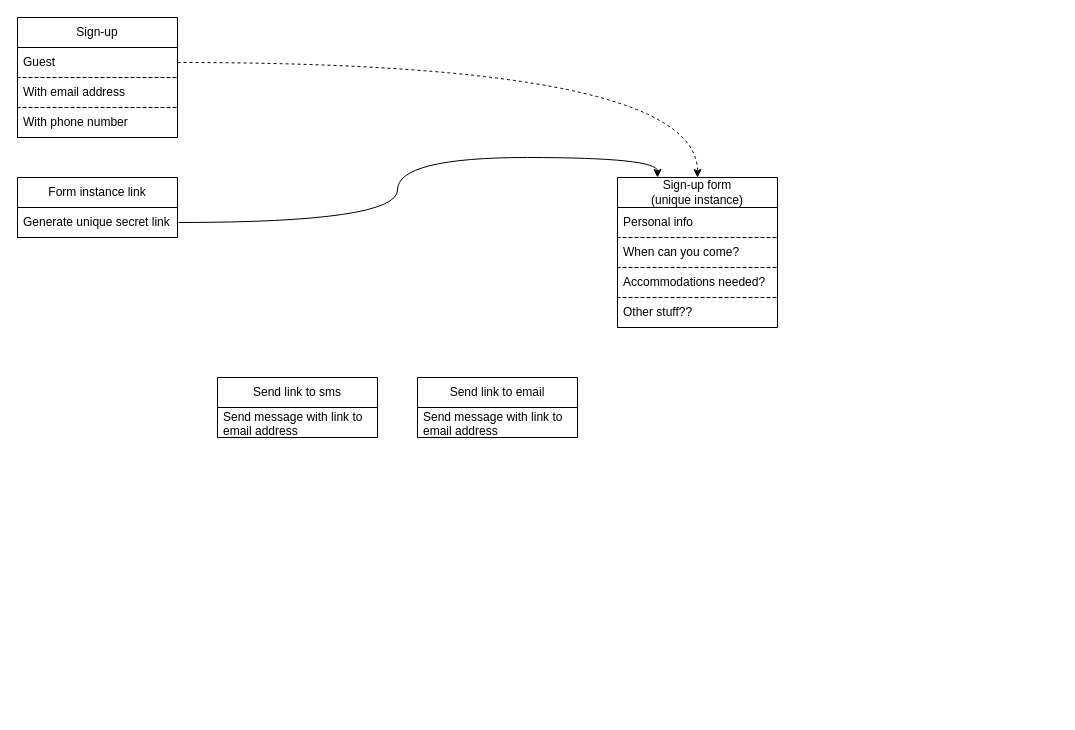
Before: Folkkök_volunteer_signup.drawio in kvastlund/folkkok, a draw.io diagram. Source tidied: cells renumbered, new cells numbered last; positions are measured from the earlier drawing's top-left corner, leaving out a move shared by most shapes. Both pictures are drawn from the tidied source at 100%, with x=0, y=0 at pixel (17, 17).
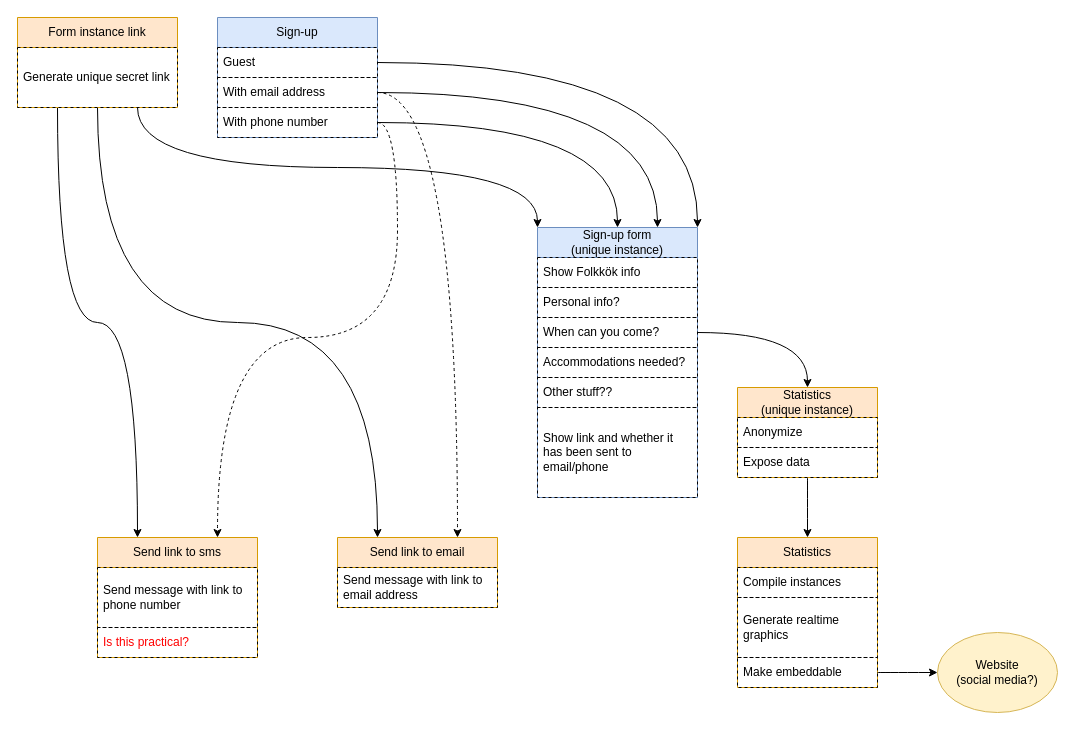
The same diagram, later.

Unchanged cells that the change refers to:
```xml
<mxCell id="4" value="&lt;div&gt;Guest&lt;/div&gt;" style="text;strokeColor=default;fillColor=none;align=left;verticalAlign=middle;spacingLeft=4;spacingRight=4;overflow=hidden;points=[[0,0.5],[1,0.5]];portConstraint=eastwest;whiteSpace=wrap;html=1;spacingBottom=0;dashed=1;" parent="3" vertex="1">
  <mxGeometry y="30" width="160" height="30" as="geometry" />
</mxCell>
<mxCell id="5" value="With email address" style="text;strokeColor=default;fillColor=none;align=left;verticalAlign=middle;spacingLeft=4;spacingRight=4;overflow=hidden;points=[[0,0.5],[1,0.5]];portConstraint=eastwest;whiteSpace=wrap;html=1;spacingBottom=0;dashed=1;" parent="3" vertex="1">
  <mxGeometry y="60" width="160" height="30" as="geometry" />
</mxCell>
<mxCell id="6" value="With phone number" style="text;strokeColor=default;fillColor=none;align=left;verticalAlign=middle;spacingLeft=4;spacingRight=4;overflow=hidden;points=[[0,0.5],[1,0.5]];portConstraint=eastwest;whiteSpace=wrap;html=1;spacingBottom=0;dashed=1;" parent="3" vertex="1">
  <mxGeometry y="90" width="160" height="30" as="geometry" />
</mxCell>
```

Change to the diagram source:
```diff
@@
-    <mxCell id="2" style="rounded=0;jettySize=auto;html=1;exitX=1;exitY=0.5;exitDx=0;exitDy=0;edgeStyle=orthogonalEdgeStyle;curved=1;entryX=0.5;entryY=0;entryDx=0;entryDy=0;dashed=1;" parent="1" edge="1" source="4" target="7">
+    <mxCell id="2" style="rounded=0;jettySize=auto;html=1;exitX=1;exitY=0.5;exitDx=0;exitDy=0;edgeStyle=orthogonalEdgeStyle;curved=1;entryX=1;entryY=0;entryDx=0;entryDy=0;" parent="1" edge="1" source="4" target="7">
       <mxGeometry relative="1" as="geometry" />
     </mxCell>
-    <mxCell id="3" value="Sign-up" style="swimlane;fontStyle=0;horizontal=1;startSize=30;whiteSpace=wrap;html=1;" parent="1" vertex="1">
-      <mxGeometry width="160" height="120" as="geometry" />
+    <mxCell id="3" value="Sign-up" style="swimlane;fontStyle=0;horizontal=1;startSize=30;whiteSpace=wrap;html=1;fillColor=#dae8fc;strokeColor=#6c8ebf;" parent="1" vertex="1">
+      <mxGeometry x="200" width="160" height="120" as="geometry" />
     </mxCell>
@@
-    <mxCell id="7" value="&lt;div&gt;Sign-up form&lt;/div&gt;&lt;div&gt;(unique instance)&lt;br&gt;&lt;/div&gt;" style="swimlane;fontStyle=0;horizontal=1;startSize=30;whiteSpace=wrap;html=1;" parent="1" vertex="1">
-      <mxGeometry x="600" y="160" width="160" height="150" as="geometry" />
+    <mxCell id="7" value="&lt;div&gt;Sign-up form&lt;/div&gt;&lt;div&gt;(unique instance)&lt;br&gt;&lt;/div&gt;" style="swimlane;fontStyle=0;horizontal=1;startSize=30;whiteSpace=wrap;html=1;fillColor=#dae8fc;strokeColor=#6c8ebf;" parent="1" vertex="1">
+      <mxGeometry x="520" y="210" width="160" height="270" as="geometry" />
     </mxCell>
-    <mxCell id="8" value="Personal info" style="text;strokeColor=default;fillColor=none;align=left;verticalAlign=middle;spacingLeft=4;spacingRight=4;overflow=hidden;whiteSpace=wrap;html=1;spacingBottom=0;dashed=1;" parent="7" vertex="1">
+    <mxCell id="8" value="Show Folkkök info" style="text;strokeColor=default;fillColor=none;align=left;verticalAlign=middle;spacingLeft=4;spacingRight=4;overflow=hidden;whiteSpace=wrap;html=1;spacingBottom=0;dashed=1;" parent="7" vertex="1">
       <mxGeometry y="30" width="160" height="30" as="geometry" />
     </mxCell>
+    <mxCell id="19" value="Personal info?" style="text;strokeColor=default;fillColor=none;align=left;verticalAlign=middle;spacingLeft=4;spacingRight=4;overflow=hidden;whiteSpace=wrap;html=1;spacingBottom=0;dashed=1;" parent="7" vertex="1">
+      <mxGeometry y="60" width="160" height="30" as="geometry" />
+    </mxCell>
     <mxCell id="9" value="When can you come?" style="text;strokeColor=default;fillColor=none;align=left;verticalAlign=middle;spacingLeft=4;spacingRight=4;overflow=hidden;points=[[0,0.5],[1,0.5]];portConstraint=eastwest;whiteSpace=wrap;html=1;spacingBottom=0;dashed=1;" parent="7" vertex="1">
-      <mxGeometry y="60" width="160" height="30" as="geometry" />
+      <mxGeometry y="90" width="160" height="30" as="geometry" />
     </mxCell>
     <mxCell id="10" value="Accommodations needed?" style="text;strokeColor=default;fillColor=none;align=left;verticalAlign=middle;spacingLeft=4;spacingRight=4;overflow=hidden;whiteSpace=wrap;html=1;spacingBottom=0;dashed=1;" parent="7" vertex="1">
-      <mxGeometry y="90" width="160" height="30" as="geometry" />
+      <mxGeometry y="120" width="160" height="30" as="geometry" />
     </mxCell>
     <mxCell id="11" value="Other stuff??" style="text;strokeColor=default;fillColor=none;align=left;verticalAlign=middle;spacingLeft=4;spacingRight=4;overflow=hidden;whiteSpace=wrap;html=1;spacingBottom=0;dashed=1;" parent="7" vertex="1">
-      <mxGeometry y="120" width="160" height="30" as="geometry" />
+      <mxGeometry y="150" width="160" height="30" as="geometry" />
     </mxCell>
+    <mxCell id="20" value="Show link and whether it has been sent to email/phone" style="text;strokeColor=default;fillColor=none;align=left;verticalAlign=middle;spacingLeft=4;spacingRight=4;overflow=hidden;whiteSpace=wrap;html=1;spacingBottom=0;dashed=1;" parent="7" vertex="1">
+      <mxGeometry y="180" width="160" height="90" as="geometry" />
+    </mxCell>
+    <mxCell id="21" style="edgeStyle=orthogonalEdgeStyle;curved=1;rounded=0;jettySize=auto;html=1;exitX=0.25;exitY=1;exitDx=0;exitDy=0;entryX=0.25;entryY=0;entryDx=0;entryDy=0;fontFamily=Helvetica;fontSize=12;fontColor=#FF0000;" parent="1" edge="1" source="12" target="16">
+      <mxGeometry relative="1" as="geometry" />
+    </mxCell>
+    <mxCell id="22" style="edgeStyle=orthogonalEdgeStyle;curved=1;rounded=0;jettySize=auto;html=1;entryX=0.25;entryY=0;entryDx=0;entryDy=0;fontFamily=Helvetica;fontSize=12;fontColor=#FF0000;exitX=0.5;exitY=1;exitDx=0;exitDy=0;" parent="1" edge="1" source="12" target="14">
+      <mxGeometry relative="1" as="geometry" />
+    </mxCell>
+    <mxCell id="23" style="edgeStyle=orthogonalEdgeStyle;curved=1;rounded=0;jettySize=auto;html=1;exitX=0.75;exitY=1;exitDx=0;exitDy=0;fontFamily=Helvetica;fontSize=12;fontColor=#FF0000;entryX=0;entryY=0;entryDx=0;entryDy=0;" parent="1" edge="1" source="12" target="7">
+      <mxGeometry relative="1" as="geometry" />
+    </mxCell>
-    <mxCell id="12" value="Form instance link" style="swimlane;fontStyle=0;horizontal=1;startSize=30;whiteSpace=wrap;html=1;spacingBottom=0;" parent="1" vertex="1">
-      <mxGeometry y="160" width="160" height="60" as="geometry" />
+    <mxCell id="12" value="Form instance link" style="swimlane;fontStyle=0;horizontal=1;startSize=30;whiteSpace=wrap;html=1;spacingBottom=0;fillColor=#ffe6cc;strokeColor=#d79b00;" parent="1" vertex="1">
+      <mxGeometry width="160" height="90" as="geometry" />
     </mxCell>
     <mxCell id="13" value="Generate unique secret link" style="text;strokeColor=default;fillColor=none;align=left;verticalAlign=middle;spacingLeft=4;spacingRight=4;overflow=hidden;points=[[0,0.5],[1,0.5]];portConstraint=eastwest;whiteSpace=wrap;html=1;spacingBottom=0;dashed=1;perimeterSpacing=1;" parent="12" vertex="1">
-      <mxGeometry y="30" width="160" height="30" as="geometry" />
+      <mxGeometry y="30" width="160" height="60" as="geometry" />
     </mxCell>
-    <mxCell id="14" value="Send link to email" style="swimlane;fontStyle=0;horizontal=1;startSize=30;whiteSpace=wrap;html=1;spacingBottom=0;" parent="1" vertex="1">
-      <mxGeometry x="400" y="360" width="160" height="60" as="geometry" />
+    <mxCell id="14" value="Send link to email" style="swimlane;fontStyle=0;horizontal=1;startSize=30;whiteSpace=wrap;html=1;spacingBottom=0;fillColor=#ffe6cc;strokeColor=#d79b00;" parent="1" vertex="1">
+      <mxGeometry x="320" y="520" width="160" height="70" as="geometry" />
     </mxCell>
     <mxCell id="15" value="Send message with link to email address" style="text;strokeColor=default;fillColor=none;align=left;verticalAlign=middle;spacingLeft=4;spacingRight=4;overflow=hidden;whiteSpace=wrap;html=1;spacingBottom=0;dashed=1;" parent="14" vertex="1">
-      <mxGeometry y="30" width="160" height="30" as="geometry" />
+      <mxGeometry y="30" width="160" height="40" as="geometry" />
     </mxCell>
-    <mxCell id="16" value="Send link to sms" style="swimlane;fontStyle=0;horizontal=1;startSize=30;whiteSpace=wrap;html=1;spacingBottom=0;" parent="1" vertex="1">
-      <mxGeometry x="200" y="360" width="160" height="60" as="geometry" />
+    <mxCell id="16" value="Send link to sms" style="swimlane;fontStyle=0;horizontal=1;startSize=30;whiteSpace=wrap;html=1;spacingBottom=0;fillColor=#ffe6cc;strokeColor=#d79b00;" parent="1" vertex="1">
+      <mxGeometry x="80" y="520" width="160" height="120" as="geometry" />
     </mxCell>
-    <mxCell id="17" value="Send message with link to email address" style="text;strokeColor=default;fillColor=none;align=left;verticalAlign=middle;spacingLeft=4;spacingRight=4;overflow=hidden;whiteSpace=wrap;html=1;spacingBottom=0;dashed=1;" parent="16" vertex="1">
-      <mxGeometry y="30" width="160" height="30" as="geometry" />
+    <mxCell id="17" value="Send message with link to phone number" style="text;strokeColor=default;fillColor=none;align=left;verticalAlign=middle;spacingLeft=4;spacingRight=4;overflow=hidden;whiteSpace=wrap;html=1;spacingBottom=0;dashed=1;" parent="16" vertex="1">
+      <mxGeometry y="30" width="160" height="60" as="geometry" />
     </mxCell>
-    <mxCell id="18" style="edgeStyle=orthogonalEdgeStyle;curved=1;rounded=0;jettySize=auto;html=1;exitX=1;exitY=0.5;exitDx=0;exitDy=0;entryX=0.25;entryY=0;entryDx=0;entryDy=0;fontFamily=Helvetica;fontSize=12;fontColor=default;" parent="1" edge="1" source="13" target="7">
-      <mxGeometry relative="1" as="geometry" />
-    </mxCell>
+    <mxCell id="24" value="&lt;font color=&quot;#FF0000&quot;&gt;Is this practical?&lt;br&gt;&lt;/font&gt;" style="text;strokeColor=default;fillColor=none;align=left;verticalAlign=middle;spacingLeft=4;spacingRight=4;overflow=hidden;whiteSpace=wrap;html=1;spacingBottom=0;dashed=1;" parent="16" vertex="1">
+      <mxGeometry y="90" width="160" height="30" as="geometry" />
+    </mxCell>
+    <mxCell id="25" style="edgeStyle=orthogonalEdgeStyle;curved=1;rounded=0;jettySize=auto;html=1;exitX=1;exitY=0.5;exitDx=0;exitDy=0;entryX=0.75;entryY=0;entryDx=0;entryDy=0;fontFamily=Helvetica;fontSize=12;fontColor=#FF0000;" parent="1" edge="1" source="5" target="7">
+      <mxGeometry relative="1" as="geometry" />
+    </mxCell>
+    <mxCell id="26" style="edgeStyle=orthogonalEdgeStyle;curved=1;rounded=0;jettySize=auto;html=1;exitX=1;exitY=0.5;exitDx=0;exitDy=0;entryX=0.5;entryY=0;entryDx=0;entryDy=0;fontFamily=Helvetica;fontSize=12;fontColor=#FF0000;" parent="1" edge="1" source="6" target="7">
+      <mxGeometry relative="1" as="geometry" />
+    </mxCell>
+    <mxCell id="27" style="edgeStyle=orthogonalEdgeStyle;curved=1;rounded=0;jettySize=auto;html=1;exitX=1;exitY=0.5;exitDx=0;exitDy=0;entryX=0.75;entryY=0;entryDx=0;entryDy=0;fontFamily=Helvetica;fontSize=12;fontColor=#FF0000;dashed=1;" parent="1" edge="1" source="5" target="14">
+      <mxGeometry relative="1" as="geometry" />
+    </mxCell>
+    <mxCell id="28" style="edgeStyle=orthogonalEdgeStyle;curved=1;rounded=0;jettySize=auto;html=1;exitX=1;exitY=0.5;exitDx=0;exitDy=0;entryX=0.75;entryY=0;entryDx=0;entryDy=0;dashed=1;fontFamily=Helvetica;fontSize=12;fontColor=#FF0000;" parent="1" edge="1" source="6" target="16">
+      <mxGeometry relative="1" as="geometry" />
+    </mxCell>
+    <mxCell id="29" value="&lt;font color=&quot;#000000&quot;&gt;Statistics&lt;/font&gt;" style="swimlane;fontStyle=0;horizontal=1;startSize=30;whiteSpace=wrap;html=1;strokeColor=#d79b00;fontFamily=Helvetica;fontSize=12;fillColor=#ffe6cc;" parent="1" vertex="1">
+      <mxGeometry x="720" y="520" width="140" height="150" as="geometry" />
+    </mxCell>
+    <mxCell id="30" value="&lt;font color=&quot;#000000&quot;&gt;Compile instances&lt;br&gt;&lt;/font&gt;" style="text;strokeColor=default;fillColor=none;align=left;verticalAlign=middle;spacingLeft=4;spacingRight=4;overflow=hidden;whiteSpace=wrap;html=1;fontSize=12;fontFamily=Helvetica;fontColor=#FF0000;dashed=1;" parent="29" vertex="1">
+      <mxGeometry y="30" width="140" height="30" as="geometry" />
+    </mxCell>
+    <mxCell id="31" value="&lt;font color=&quot;#000000&quot;&gt;Generate realtime graphics&lt;br&gt;&lt;/font&gt;" style="text;strokeColor=default;fillColor=none;align=left;verticalAlign=middle;spacingLeft=4;spacingRight=4;overflow=hidden;whiteSpace=wrap;html=1;fontSize=12;fontFamily=Helvetica;fontColor=#FF0000;dashed=1;" parent="29" vertex="1">
+      <mxGeometry y="60" width="140" height="60" as="geometry" />
+    </mxCell>
+    <mxCell id="32" value="&lt;font color=&quot;#000000&quot;&gt;Make embeddable&lt;br&gt;&lt;/font&gt;" style="text;strokeColor=default;fillColor=none;align=left;verticalAlign=middle;spacingLeft=4;spacingRight=4;overflow=hidden;points=[[0,0.5],[1,0.5]];portConstraint=eastwest;whiteSpace=wrap;html=1;fontSize=12;fontFamily=Helvetica;fontColor=#FF0000;dashed=1;" parent="29" vertex="1">
+      <mxGeometry y="120" width="140" height="30" as="geometry" />
+    </mxCell>
+    <mxCell id="33" style="edgeStyle=orthogonalEdgeStyle;curved=1;rounded=0;jettySize=auto;html=1;exitX=0.5;exitY=1;exitDx=0;exitDy=0;fontFamily=Helvetica;fontSize=12;fontColor=#000000;" parent="1" edge="1" source="34" target="29">
+      <mxGeometry relative="1" as="geometry" />
+    </mxCell>
+    <mxCell id="34" value="&lt;div&gt;&lt;font color=&quot;#000000&quot;&gt;Statistics&lt;/font&gt;&lt;/div&gt;&lt;font color=&quot;#000000&quot;&gt;(unique instance)&lt;/font&gt;" style="swimlane;fontStyle=0;horizontal=1;startSize=30;whiteSpace=wrap;html=1;strokeColor=#d79b00;fontFamily=Helvetica;fontSize=12;fillColor=#ffe6cc;" parent="1" vertex="1">
+      <mxGeometry x="720" y="370" width="140" height="90" as="geometry" />
+    </mxCell>
+    <mxCell id="35" value="&lt;font color=&quot;#000000&quot;&gt;Anonymize&lt;br&gt;&lt;/font&gt;" style="text;strokeColor=default;fillColor=none;align=left;verticalAlign=middle;spacingLeft=4;spacingRight=4;overflow=hidden;whiteSpace=wrap;html=1;fontSize=12;fontFamily=Helvetica;fontColor=#FF0000;dashed=1;" parent="34" vertex="1">
+      <mxGeometry y="30" width="140" height="30" as="geometry" />
+    </mxCell>
+    <mxCell id="36" value="&lt;font color=&quot;#000000&quot;&gt;Expose data&lt;br&gt;&lt;/font&gt;" style="text;strokeColor=default;fillColor=none;align=left;verticalAlign=middle;spacingLeft=4;spacingRight=4;overflow=hidden;whiteSpace=wrap;html=1;fontSize=12;fontFamily=Helvetica;fontColor=#FF0000;dashed=1;" parent="34" vertex="1">
+      <mxGeometry y="60" width="140" height="30" as="geometry" />
+    </mxCell>
+    <mxCell id="37" style="edgeStyle=orthogonalEdgeStyle;curved=1;rounded=0;jettySize=auto;html=1;exitX=1;exitY=0.5;exitDx=0;exitDy=0;fontFamily=Helvetica;fontSize=12;fontColor=#000000;" parent="1" edge="1" source="9" target="34">
+      <mxGeometry relative="1" as="geometry" />
+    </mxCell>
+    <mxCell id="38" value="&lt;div&gt;Website&lt;/div&gt;&lt;div&gt;(social media?)&lt;br&gt;&lt;/div&gt;" style="ellipse;whiteSpace=wrap;html=1;strokeColor=#d6b656;fontFamily=Helvetica;fontSize=12;fillColor=#fff2cc;" parent="1" vertex="1">
+      <mxGeometry x="920" y="615" width="120" height="80" as="geometry" />
+    </mxCell>
+    <mxCell id="39" style="edgeStyle=orthogonalEdgeStyle;curved=1;rounded=0;jettySize=auto;html=1;exitX=1;exitY=0.5;exitDx=0;exitDy=0;entryX=0;entryY=0.5;entryDx=0;entryDy=0;fontFamily=Helvetica;fontSize=12;fontColor=#000000;" parent="1" edge="1" source="32" target="38">
+      <mxGeometry relative="1" as="geometry" />
+    </mxCell>
```
